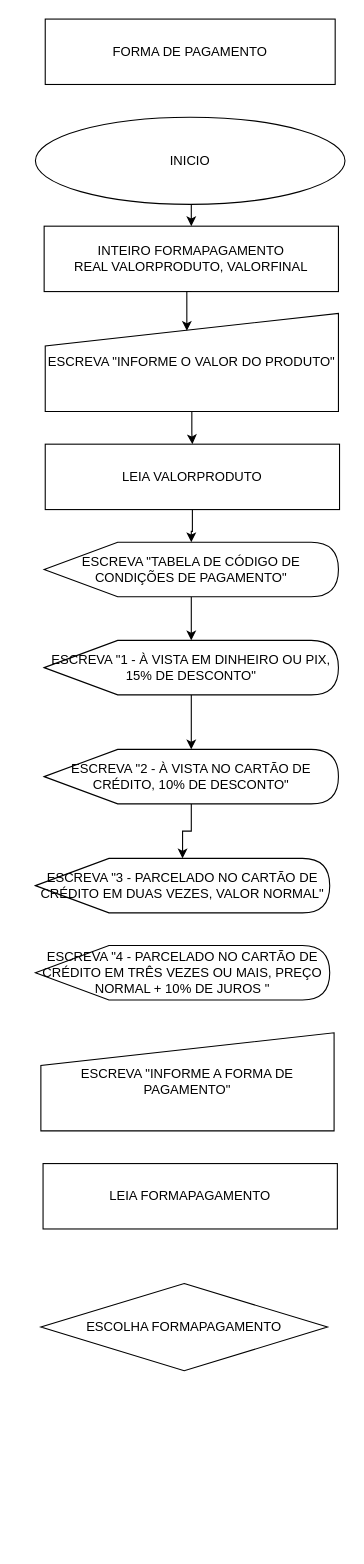
Above: atividades/atividade007.drawio in PadawanXXVI/logica_programacao_senai (draw.io), before the change. Source tidied: cells renumbered, new cells numbered last; positions are measured from the earlier drawing's top-left corner, leaving out a move shared by most shapes. Both pictures are drawn from the tidied source at 109%, with x=0, y=0 at pixel (35, 19).
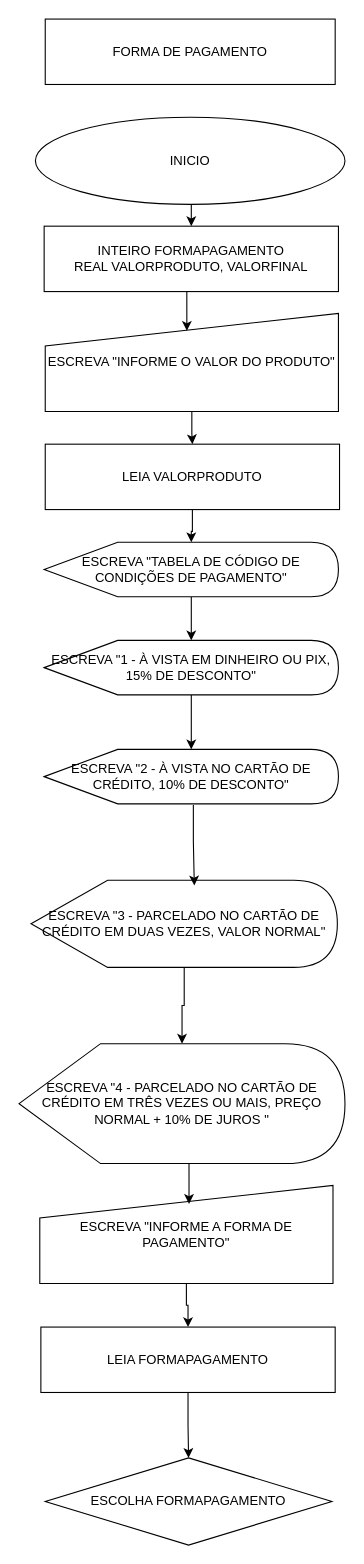
After the change.

The change refers to these unchanged cells:
```xml
<mxCell id="16" value="ESCREVA &quot;2 - À VISTA NO CARTÃO DE CRÉDITO, 10% DE DESCONTO&quot;" style="shape=display;whiteSpace=wrap;html=1;" parent="1" vertex="1">
  <mxGeometry x="8" y="670" width="270" height="50" as="geometry" />
</mxCell>
```

Diff of the diagram source:
```diff
@@
-    <mxCell id="15" style="edgeStyle=orthogonalEdgeStyle;rounded=0;jettySize=auto;html=1;" parent="1" edge="1" source="16" target="17">
-      <mxGeometry relative="1" as="geometry" />
-    </mxCell>
@@
+    <mxCell id="22" style="edgeStyle=orthogonalEdgeStyle;rounded=0;jettySize=auto;html=1;" parent="1" edge="1" source="17" target="18">
+      <mxGeometry relative="1" as="geometry" />
+    </mxCell>
     <mxCell id="17" value="ESCREVA &quot;3 - PARCELADO NO CARTÃO DE CRÉDITO EM DUAS VEZES, VALOR NORMAL&quot;" style="shape=display;whiteSpace=wrap;html=1;" parent="1" vertex="1">
-      <mxGeometry y="770" width="270" height="50" as="geometry" />
+      <mxGeometry x="-4" y="790" width="281" height="80" as="geometry" />
     </mxCell>
     <mxCell id="18" value="ESCREVA &quot;4 - PARCELADO NO CARTÃO DE CRÉDITO EM TRÊS VEZES OU MAIS, PREÇO NORMAL + 10% DE JUROS &quot;" style="shape=display;whiteSpace=wrap;html=1;" parent="1" vertex="1">
-      <mxGeometry y="850" width="270" height="50" as="geometry" />
+      <mxGeometry x="-15" y="940" width="299" height="110" as="geometry" />
     </mxCell>
+    <mxCell id="23" style="edgeStyle=orthogonalEdgeStyle;rounded=0;jettySize=auto;html=1;exitX=0.5;exitY=1;exitDx=0;exitDy=0;entryX=0.5;entryY=0;entryDx=0;entryDy=0;" parent="1" edge="1" source="19" target="20">
+      <mxGeometry relative="1" as="geometry" />
+    </mxCell>
     <mxCell id="19" value="ESCREVA &quot;INFORME A FORMA DE PAGAMENTO&quot;" style="shape=manualInput;whiteSpace=wrap;html=1;" parent="1" vertex="1">
-      <mxGeometry x="5" y="930" width="269" height="90" as="geometry" />
+      <mxGeometry x="4" y="1070" width="269" height="90" as="geometry" />
     </mxCell>
+    <mxCell id="24" style="edgeStyle=orthogonalEdgeStyle;rounded=0;jettySize=auto;html=1;" parent="1" edge="1" source="20" target="21">
+      <mxGeometry relative="1" as="geometry" />
+    </mxCell>
     <mxCell id="20" value="LEIA FORMAPAGAMENTO" style="rounded=0;whiteSpace=wrap;html=1;" parent="1" vertex="1">
-      <mxGeometry x="7" y="1050" width="270" height="60" as="geometry" />
+      <mxGeometry x="5" y="1200" width="270" height="60" as="geometry" />
     </mxCell>
     <mxCell id="21" value="ESCOLHA FORMAPAGAMENTO" style="rhombus;whiteSpace=wrap;html=1;" parent="1" vertex="1">
-      <mxGeometry x="5" y="1160" width="263" height="80" as="geometry" />
+      <mxGeometry x="9" y="1320" width="263" height="80" as="geometry" />
     </mxCell>
+    <mxCell id="15" style="edgeStyle=orthogonalEdgeStyle;rounded=0;jettySize=auto;html=1;exitX=0.507;exitY=1.02;exitDx=0;exitDy=0;exitPerimeter=0;entryX=0.533;entryY=0.06;entryDx=0;entryDy=0;entryPerimeter=0;" parent="1" edge="1" source="16" target="17">
+      <mxGeometry relative="1" as="geometry" />
+    </mxCell>
+    <mxCell id="25" style="edgeStyle=orthogonalEdgeStyle;rounded=0;jettySize=auto;html=1;exitX=0;exitY=0;exitDx=159.375;exitDy=110;exitPerimeter=0;entryX=0.509;entryY=0.189;entryDx=0;entryDy=0;entryPerimeter=0;" parent="1" edge="1" source="18" target="19">
+      <mxGeometry relative="1" as="geometry" />
+    </mxCell>
```
